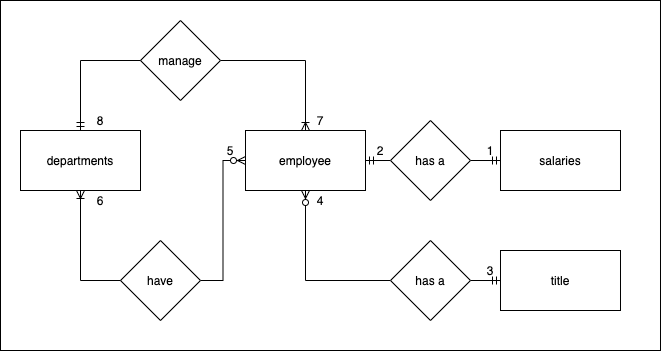
Before: images/conceptual-ERD.png, a diagram exported from draw.io (Simon-Xu-Lan/sql-challenge). Source tidied: cells renumbered, new cells last; positions are measured from the earlier drawing's top-left corner, leaving out a move shared by most shapes.
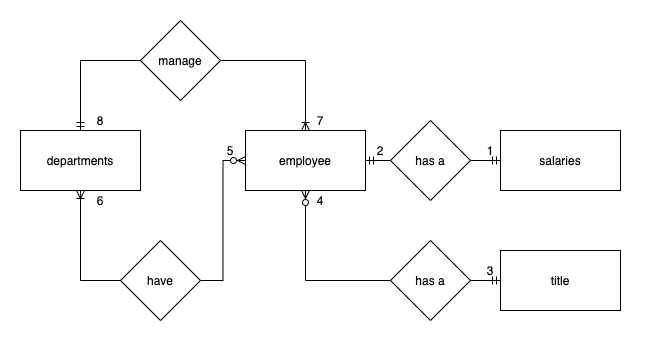
The same diagram one commit later.

Commit message:
Added logical ERD

Diff of the diagram source:
```diff
@@ -2,7 +2,7 @@
   <root>
     <mxCell id="0" />
     <mxCell id="1" parent="0" />
-    <mxCell id="2" style="rounded=0;whiteSpace=wrap;html=1;" parent="1" vertex="1">
+    <mxCell id="2" style="rounded=0;whiteSpace=wrap;html=1;strokeColor=#FFFFFF;" parent="1" vertex="1">
       <mxGeometry width="660" height="350" as="geometry" />
     </mxCell>
     <mxCell id="3" value="departments" style="rounded=0;whiteSpace=wrap;html=1;" parent="1" vertex="1">
```
